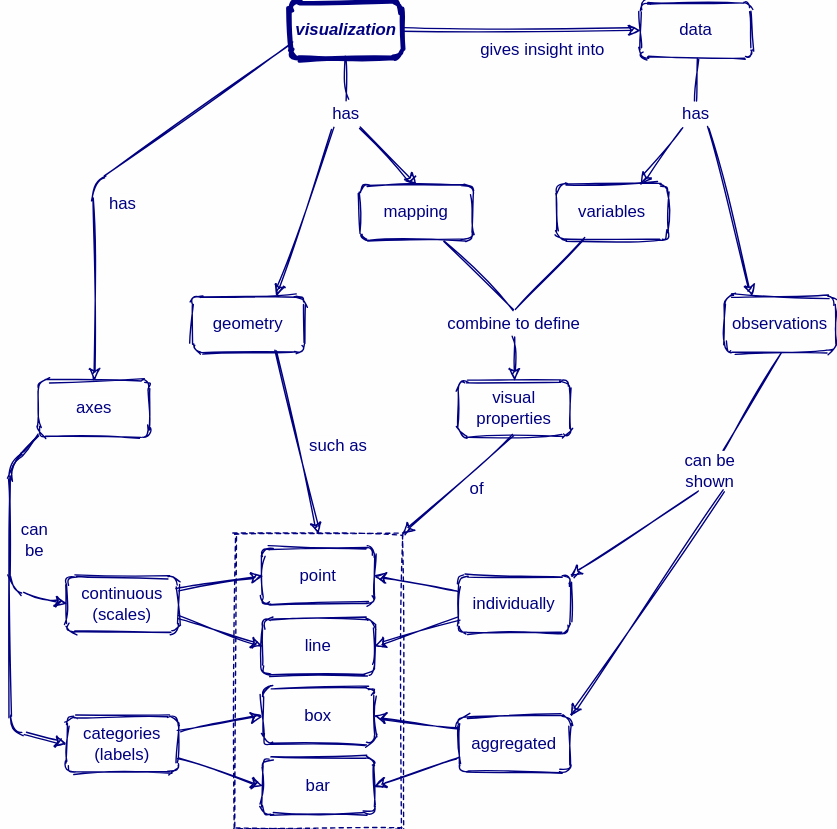
Above: en/visualization.svg in rstudio/concept-maps (draw.io), before the change. Source tidied: cells renumbered, new cells last; positions are measured from the earlier drawing's top-left corner, leaving out a move shared by most shapes.
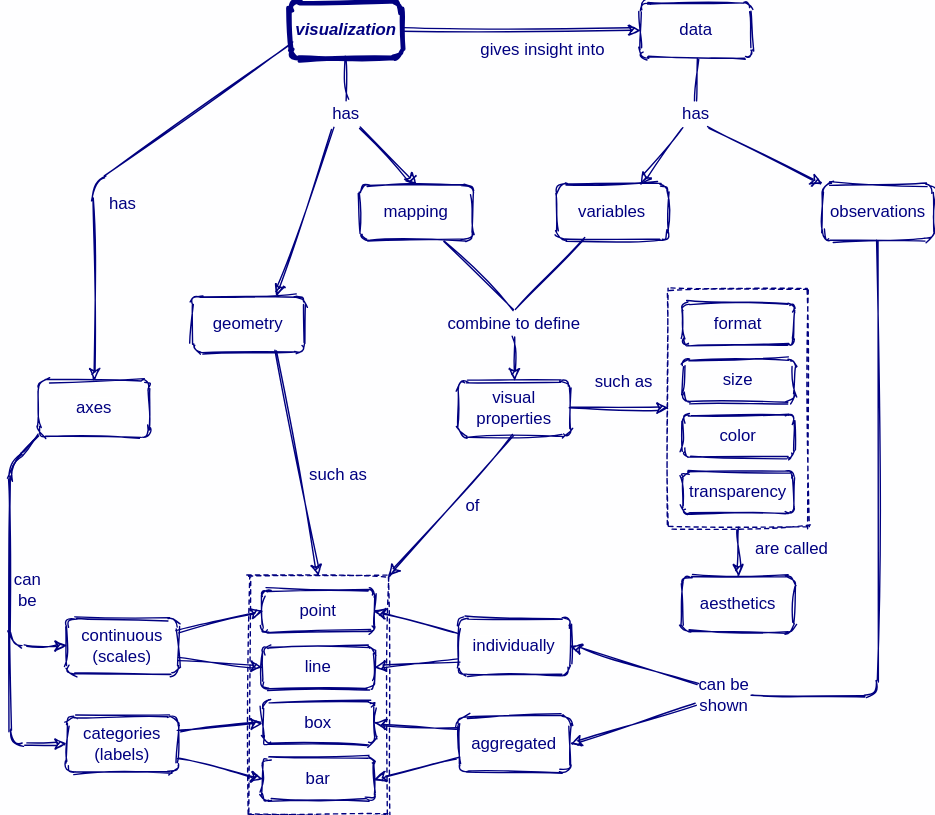
After the commit.

Commit message:
Updating English version of visualization.

Closes #6.

Change to the diagram source:
```diff
@@ -3,7 +3,7 @@
     <mxCell id="0" />
     <mxCell id="1" parent="0" />
     <mxCell id="2" style="rounded=0;whiteSpace=wrap;html=1;fillColor=none;dashed=1;fontSize=12;labelBackgroundColor=#FEFEFF;fontColor=#000080;sketch=1;strokeColor=#000080;" parent="1" vertex="1">
-      <mxGeometry x="160" y="380" width="120" height="210" as="geometry" />
+      <mxGeometry x="170" y="410" width="100" height="170" as="geometry" />
     </mxCell>
     <mxCell id="3" value="gives insight into" style="endArrow=classic;html=1;strokeWidth=1;verticalAlign=top;fontSize=12;labelBackgroundColor=#FEFEFF;fontFamily=Helvetica;align=center;entryX=0;entryY=0.5;entryDx=0;entryDy=0;exitX=1;exitY=0.5;exitDx=0;exitDy=0;fontColor=#000080;sketch=1;strokeColor=#000080;" parent="1" edge="1" source="4" target="5">
       <mxGeometry x="0.18" relative="1" as="geometry" />
@@ -21,7 +21,7 @@
       <mxGeometry x="40" y="510" width="80" height="40" as="geometry" />
     </mxCell>
     <mxCell id="8" value="continuous&lt;br&gt;(scales)" style="rounded=1;whiteSpace=wrap;html=1;fontSize=12;fontFamily=Helvetica;fillColor=none;labelBackgroundColor=#FEFEFF;strokeColor=#000080;fontColor=#000080;sketch=1;" parent="1" vertex="1">
-      <mxGeometry x="40" y="410" width="80" height="40" as="geometry" />
+      <mxGeometry x="40" y="440" width="80" height="40" as="geometry" />
     </mxCell>
     <mxCell id="9" value="&lt;font style=&quot;font-size: 12px;&quot;&gt;has&lt;/font&gt;" style="endArrow=classic;html=1;strokeWidth=1;verticalAlign=top;fontSize=12;labelBackgroundColor=#FEFEFF;fontFamily=Helvetica;align=center;exitX=0;exitY=0.75;exitDx=0;exitDy=0;entryX=0.5;entryY=0;entryDx=0;entryDy=0;fontColor=#000080;sketch=1;strokeColor=#000080;" parent="1" edge="1" source="4" target="6">
       <mxGeometry y="12" relative="1" as="geometry">
@@ -31,16 +31,16 @@
       </mxGeometry>
     </mxCell>
     <mxCell id="10" value="bar" style="rounded=1;whiteSpace=wrap;html=1;fontSize=12;fontFamily=Helvetica;fillColor=none;labelBackgroundColor=#FEFEFF;strokeColor=#000080;fontColor=#000080;sketch=1;" parent="1" vertex="1">
-      <mxGeometry x="180" y="540" width="80" height="40" as="geometry" />
+      <mxGeometry x="180" y="540" width="80" height="30" as="geometry" />
     </mxCell>
     <mxCell id="11" value="point" style="rounded=1;whiteSpace=wrap;html=1;fontSize=12;fontFamily=Helvetica;fillColor=none;labelBackgroundColor=#FEFEFF;strokeColor=#000080;fontColor=#000080;sketch=1;" parent="1" vertex="1">
-      <mxGeometry x="180" y="390" width="80" height="40" as="geometry" />
+      <mxGeometry x="180" y="420" width="80" height="30" as="geometry" />
     </mxCell>
     <mxCell id="12" value="line" style="rounded=1;whiteSpace=wrap;html=1;fontSize=12;fontFamily=Helvetica;fillColor=none;labelBackgroundColor=#FEFEFF;strokeColor=#000080;fontColor=#000080;sketch=1;" parent="1" vertex="1">
-      <mxGeometry x="180" y="440" width="80" height="40" as="geometry" />
+      <mxGeometry x="180" y="460" width="80" height="30" as="geometry" />
     </mxCell>
     <mxCell id="13" value="box" style="rounded=1;whiteSpace=wrap;html=1;fontSize=12;fontFamily=Helvetica;fillColor=none;labelBackgroundColor=#FEFEFF;strokeColor=#000080;fontColor=#000080;sketch=1;" parent="1" vertex="1">
-      <mxGeometry x="180" y="490" width="80" height="40" as="geometry" />
+      <mxGeometry x="180" y="500" width="80" height="30" as="geometry" />
     </mxCell>
     <mxCell id="14" value="mapping" style="rounded=1;whiteSpace=wrap;html=1;fontSize=12;fontFamily=Helvetica;fillColor=none;labelBackgroundColor=#FEFEFF;strokeColor=#000080;fontColor=#000080;sketch=1;" parent="1" vertex="1">
       <mxGeometry x="250" y="130" width="80" height="40" as="geometry" />
@@ -52,7 +52,7 @@
       <mxGeometry x="390" y="130" width="80" height="40" as="geometry" />
     </mxCell>
     <mxCell id="17" value="observations" style="rounded=1;whiteSpace=wrap;html=1;fontSize=12;fontFamily=Helvetica;fillColor=none;labelBackgroundColor=#FEFEFF;strokeColor=#000080;fontColor=#000080;sketch=1;" parent="1" vertex="1">
-      <mxGeometry x="510" y="210" width="80" height="40" as="geometry" />
+      <mxGeometry x="580" y="130" width="80" height="40" as="geometry" />
     </mxCell>
     <mxCell id="18" value="has" style="text;html=1;strokeColor=none;fillColor=none;align=center;verticalAlign=middle;whiteSpace=wrap;rounded=0;fontSize=12;labelBackgroundColor=#FEFEFF;fontColor=#000080;sketch=1;" parent="1" vertex="1">
       <mxGeometry x="470" y="70" width="40" height="20" as="geometry" />
@@ -63,7 +63,7 @@
     <mxCell id="20" style="endArrow=classic;html=1;exitX=0.25;exitY=1;exitDx=0;exitDy=0;entryX=0.75;entryY=0;entryDx=0;entryDy=0;fontSize=12;labelBackgroundColor=#FEFEFF;fontColor=#000080;sketch=1;strokeColor=#000080;" parent="1" edge="1" source="18" target="16">
       <mxGeometry relative="1" as="geometry" />
     </mxCell>
-    <mxCell id="21" style="endArrow=classic;html=1;exitX=0.75;exitY=1;exitDx=0;exitDy=0;entryX=0.25;entryY=0;entryDx=0;entryDy=0;fontSize=12;labelBackgroundColor=#FEFEFF;fontColor=#000080;sketch=1;strokeColor=#000080;" parent="1" edge="1" source="18" target="17">
+    <mxCell id="21" style="endArrow=classic;html=1;exitX=0.75;exitY=1;exitDx=0;exitDy=0;entryX=0;entryY=0;entryDx=0;entryDy=0;fontSize=12;labelBackgroundColor=#FEFEFF;fontColor=#000080;sketch=1;strokeColor=#000080;" parent="1" edge="1" source="18" target="17">
       <mxGeometry relative="1" as="geometry" />
     </mxCell>
     <mxCell id="22" value="visual&lt;br style=&quot;font-size: 12px;&quot;&gt;properties" style="rounded=1;whiteSpace=wrap;html=1;fontSize=12;fontFamily=Helvetica;fillColor=none;labelBackgroundColor=#FEFEFF;strokeColor=#000080;fontColor=#000080;sketch=1;" parent="1" vertex="1">
@@ -88,21 +88,25 @@
       <mxGeometry relative="1" as="geometry" />
     </mxCell>
     <mxCell id="29" value="individually" style="rounded=1;whiteSpace=wrap;html=1;fontSize=12;fontFamily=Helvetica;fillColor=none;labelBackgroundColor=#FEFEFF;strokeColor=#000080;fontColor=#000080;sketch=1;" parent="1" vertex="1">
-      <mxGeometry x="320" y="410" width="80" height="40" as="geometry" />
+      <mxGeometry x="320" y="440" width="80" height="40" as="geometry" />
     </mxCell>
     <mxCell id="30" value="aggregated" style="rounded=1;whiteSpace=wrap;html=1;fontSize=12;fontFamily=Helvetica;fillColor=none;labelBackgroundColor=#FEFEFF;strokeColor=#000080;fontColor=#000080;sketch=1;" parent="1" vertex="1">
       <mxGeometry x="320" y="510" width="80" height="40" as="geometry" />
     </mxCell>
     <mxCell id="31" value="can be&lt;br&gt;shown" style="text;html=1;strokeColor=none;fillColor=none;align=center;verticalAlign=middle;whiteSpace=wrap;rounded=0;fontSize=12;labelBackgroundColor=#FEFEFF;fontColor=#000080;sketch=1;" parent="1" vertex="1">
-      <mxGeometry x="480" y="320" width="40" height="30" as="geometry" />
+      <mxGeometry x="490" y="480" width="40" height="30" as="geometry" />
     </mxCell>
-    <mxCell id="32" style="endArrow=none;html=1;entryX=0.5;entryY=1;entryDx=0;entryDy=0;exitX=0.75;exitY=0;exitDx=0;exitDy=0;fontSize=12;labelBackgroundColor=#FEFEFF;fontColor=#000080;sketch=1;strokeColor=#000080;" parent="1" edge="1" source="31" target="17">
-      <mxGeometry relative="1" as="geometry" />
+    <mxCell id="32" style="endArrow=none;html=1;entryX=0.5;entryY=1;entryDx=0;entryDy=0;fontSize=12;labelBackgroundColor=#FEFEFF;fontColor=#000080;sketch=1;strokeColor=#000080;" parent="1" edge="1" source="31" target="17">
+      <mxGeometry relative="1" as="geometry">
+        <Array as="points">
+          <mxPoint x="620" y="495" />
+        </Array>
+      </mxGeometry>
     </mxCell>
-    <mxCell id="33" style="endArrow=classic;html=1;exitX=0.25;exitY=1;exitDx=0;exitDy=0;entryX=1;entryY=0;entryDx=0;entryDy=0;fontSize=12;labelBackgroundColor=#FEFEFF;fontColor=#000080;sketch=1;strokeColor=#000080;" parent="1" edge="1" source="31" target="29">
+    <mxCell id="33" style="endArrow=classic;html=1;exitX=0;exitY=0.25;exitDx=0;exitDy=0;entryX=1;entryY=0.5;entryDx=0;entryDy=0;fontSize=12;labelBackgroundColor=#FEFEFF;fontColor=#000080;sketch=1;strokeColor=#000080;" parent="1" edge="1" source="31" target="29">
       <mxGeometry relative="1" as="geometry" />
     </mxCell>
-    <mxCell id="34" style="endArrow=classic;html=1;entryX=1;entryY=0;entryDx=0;entryDy=0;exitX=0.75;exitY=1;exitDx=0;exitDy=0;fontSize=12;labelBackgroundColor=#FEFEFF;fontColor=#000080;sketch=1;strokeColor=#000080;" parent="1" edge="1" source="31" target="30">
+    <mxCell id="34" style="endArrow=classic;html=1;entryX=1;entryY=0.5;entryDx=0;entryDy=0;exitX=0;exitY=0.75;exitDx=0;exitDy=0;fontSize=12;labelBackgroundColor=#FEFEFF;fontColor=#000080;sketch=1;strokeColor=#000080;" parent="1" edge="1" source="31" target="30">
       <mxGeometry relative="1" as="geometry" />
     </mxCell>
     <mxCell id="35" style="endArrow=classic;html=1;exitX=0;exitY=0.75;exitDx=0;exitDy=0;entryX=1;entryY=0.5;entryDx=0;entryDy=0;fontSize=12;labelBackgroundColor=#FEFEFF;fontColor=#000080;sketch=1;strokeColor=#000080;" parent="1" edge="1" source="30" target="10">
@@ -150,7 +154,7 @@
       <mxGeometry relative="1" as="geometry">
         <Array as="points">
           <mxPoint y="330" />
-          <mxPoint y="420" />
+          <mxPoint y="460" />
         </Array>
       </mxGeometry>
     </mxCell>
@@ -163,9 +167,43 @@
       <mxGeometry relative="1" as="geometry">
         <Array as="points">
           <mxPoint y="330" />
-          <mxPoint y="520" />
+          <mxPoint y="530" />
         </Array>
       </mxGeometry>
     </mxCell>
+    <mxCell id="51" style="rounded=0;whiteSpace=wrap;html=1;fillColor=none;dashed=1;fontSize=12;labelBackgroundColor=#FEFEFF;fontColor=#000080;sketch=1;strokeColor=#000080;" parent="1" vertex="1">
+      <mxGeometry x="470" y="205" width="100" height="170" as="geometry" />
+    </mxCell>
+    <mxCell id="52" style="endArrow=classic;html=1;exitX=1;exitY=0.5;exitDx=0;exitDy=0;entryX=0;entryY=0.5;entryDx=0;entryDy=0;fontSize=12;labelBackgroundColor=#FEFEFF;fontColor=#000080;sketch=1;strokeColor=#000080;" parent="1" edge="1" source="22" target="51">
+      <mxGeometry relative="1" as="geometry" />
+    </mxCell>
+    <mxCell id="53" value="such as" style="edgeLabel;html=1;align=center;verticalAlign=middle;fontSize=12;labelBackgroundColor=#FEFEFF;fontColor=#000080;sketch=1;" parent="52" vertex="1">
+      <mxGeometry x="0.33" y="1" relative="1" as="geometry">
+        <mxPoint x="-10" y="-19" as="offset" />
+      </mxGeometry>
+    </mxCell>
+    <mxCell id="54" value="format" style="rounded=1;whiteSpace=wrap;html=1;fontSize=12;fontFamily=Helvetica;fillColor=none;labelBackgroundColor=#FEFEFF;strokeColor=#000080;fontColor=#000080;sketch=1;" parent="1" vertex="1">
+      <mxGeometry x="480" y="215" width="80" height="30" as="geometry" />
+    </mxCell>
+    <mxCell id="55" value="size" style="rounded=1;whiteSpace=wrap;html=1;fontSize=12;fontFamily=Helvetica;fillColor=none;labelBackgroundColor=#FEFEFF;strokeColor=#000080;fontColor=#000080;sketch=1;" parent="1" vertex="1">
+      <mxGeometry x="480" y="255" width="80" height="30" as="geometry" />
+    </mxCell>
+    <mxCell id="56" value="color" style="rounded=1;whiteSpace=wrap;html=1;fontSize=12;fontFamily=Helvetica;fillColor=none;labelBackgroundColor=#FEFEFF;strokeColor=#000080;fontColor=#000080;sketch=1;" parent="1" vertex="1">
+      <mxGeometry x="480" y="295" width="80" height="30" as="geometry" />
+    </mxCell>
+    <mxCell id="57" value="transparency" style="rounded=1;whiteSpace=wrap;html=1;fontSize=12;fontFamily=Helvetica;fillColor=none;labelBackgroundColor=#FEFEFF;strokeColor=#000080;fontColor=#000080;sketch=1;" parent="1" vertex="1">
+      <mxGeometry x="480" y="335" width="80" height="30" as="geometry" />
+    </mxCell>
+    <mxCell id="58" value="aesthetics" style="rounded=1;whiteSpace=wrap;html=1;fontSize=12;fontFamily=Helvetica;fillColor=none;labelBackgroundColor=#FEFEFF;strokeColor=#000080;fontColor=#000080;sketch=1;" parent="1" vertex="1">
+      <mxGeometry x="480" y="410" width="80" height="40" as="geometry" />
+    </mxCell>
+    <mxCell id="59" style="endArrow=classic;html=1;exitX=0.5;exitY=1;exitDx=0;exitDy=0;entryX=0.5;entryY=0;entryDx=0;entryDy=0;fontSize=12;labelBackgroundColor=#FEFEFF;fontColor=#000080;sketch=1;strokeColor=#000080;" parent="1" edge="1" source="51" target="58">
+      <mxGeometry relative="1" as="geometry" />
+    </mxCell>
+    <mxCell id="60" value="are called" style="edgeLabel;html=1;align=center;verticalAlign=middle;fontSize=12;labelBackgroundColor=#FEFEFF;fontColor=#000080;sketch=1;" parent="59" vertex="1">
+      <mxGeometry x="0.33" y="1" relative="1" as="geometry">
+        <mxPoint x="36.6" y="-8" as="offset" />
+      </mxGeometry>
+    </mxCell>
   </root>
 </mxGraphModel>
```
